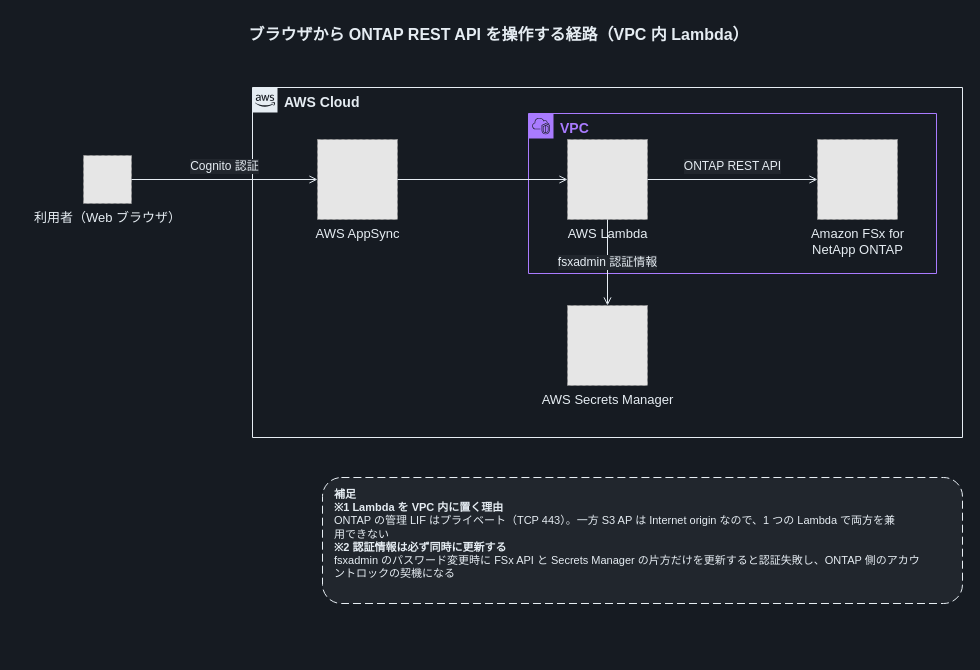
Above: docs/diagrams/dark/part2-ontap-rest-api-path.drawio in Yoshiki0705/FSx-for-ONTAP-S3AccessPoints-Serverless-Patterns (draw.io), before the change. Source tidied: cells renumbered, new cells numbered last; positions are measured from the earlier drawing's top-left corner, leaving out a move shared by most shapes. Both pictures are drawn from the tidied source at 100%, with x=0, y=0 at pixel (34, 17). Pictures stored in the file or linked from it are replaced by grey dashed boxes.
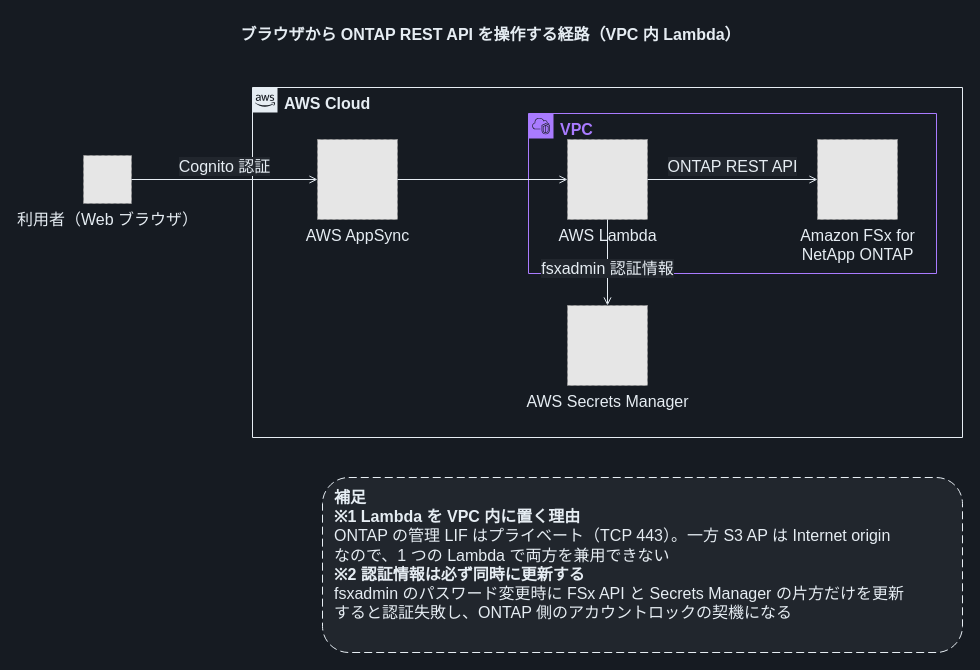
Above is the later version.

What changed in the source:
```diff
@@
 <mxGraphModel background="#161B22">
   <root>
     <mxCell id="0" />
     <mxCell id="1" parent="0" />
     <mxCell id="2" value="ブラウザから ONTAP REST API を操作する経路（VPC 内 Lambda）" style="text;html=1;align=center;verticalAlign=middle;fontSize=16;fontStyle=1;fontColor=#E6EDF3;" parent="1" vertex="1">
-      <mxGeometry width="928" height="34" as="geometry" />
+      <mxGeometry x="-17" width="945" height="34" as="geometry" />
     </mxCell>
-    <mxCell id="3" value="AWS Cloud" style="gradientColor=none;html=1;whiteSpace=wrap;fontSize=14;fontStyle=1;shape=mxgraph.aws4.group;grIcon=mxgraph.aws4.group_aws_cloud_alt;strokeColor=#E6EDF3;fillColor=none;verticalAlign=top;align=left;spacingLeft=30;fontColor=#E6EDF3;dashed=0;" parent="1" vertex="1">
+    <mxCell id="3" value="AWS Cloud" style="gradientColor=none;html=1;whiteSpace=wrap;fontSize=16;fontStyle=1;shape=mxgraph.aws4.group;grIcon=mxgraph.aws4.group_aws_cloud_alt;strokeColor=#E6EDF3;fillColor=none;verticalAlign=top;align=left;spacingLeft=30;fontColor=#E6EDF3;dashed=0;" parent="1" vertex="1">
       <mxGeometry x="218" y="70" width="710" height="350" as="geometry" />
     </mxCell>
-    <mxCell id="4" value="VPC" style="gradientColor=none;html=1;whiteSpace=wrap;fontSize=14;fontStyle=1;shape=mxgraph.aws4.group;grIcon=mxgraph.aws4.group_vpc2;strokeColor=#A97BFF;fillColor=none;verticalAlign=top;align=left;spacingLeft=30;fontColor=#A97BFF;dashed=0;" parent="1" vertex="1">
+    <mxCell id="4" value="VPC" style="gradientColor=none;html=1;whiteSpace=wrap;fontSize=16;fontStyle=1;shape=mxgraph.aws4.group;grIcon=mxgraph.aws4.group_vpc2;strokeColor=#A97BFF;fillColor=none;verticalAlign=top;align=left;spacingLeft=30;fontColor=#A97BFF;dashed=0;" parent="1" vertex="1">
       <mxGeometry x="494" y="96" width="408" height="160" as="geometry" />
     </mxCell>
-    <mxCell id="5" value="利用者（Web ブラウザ）" style="fillColor=#E6E6E6;strokeColor=#999999;dashed=1;html=1;verticalLabelPosition=bottom;verticalAlign=top;labelPosition=center;align=center;fontSize=13;fontColor=#E6EDF3;" parent="1" vertex="1">
+    <mxCell id="5" value="利用者（Web ブラウザ）" style="fillColor=#E6E6E6;strokeColor=#999999;dashed=1;html=1;verticalLabelPosition=bottom;verticalAlign=top;labelPosition=center;align=center;fontSize=16;fontColor=#E6EDF3;" parent="1" vertex="1">
       <mxGeometry x="49" y="138" width="48" height="48" as="geometry" />
     </mxCell>
-    <mxCell id="6" value="AWS AppSync" style="fillColor=#E6E6E6;strokeColor=#999999;dashed=1;html=1;verticalLabelPosition=bottom;verticalAlign=top;labelPosition=center;align=center;fontSize=13;fontColor=#E6EDF3;" parent="1" vertex="1">
+    <mxCell id="6" value="AWS AppSync" style="fillColor=#E6E6E6;strokeColor=#999999;dashed=1;html=1;verticalLabelPosition=bottom;verticalAlign=top;labelPosition=center;align=center;fontSize=16;fontColor=#E6EDF3;" parent="1" vertex="1">
       <mxGeometry x="283" y="122" width="80" height="80" as="geometry" />
     </mxCell>
-    <mxCell id="7" value="AWS Lambda" style="fillColor=#E6E6E6;strokeColor=#999999;dashed=1;html=1;verticalLabelPosition=bottom;verticalAlign=top;labelPosition=center;align=center;fontSize=13;fontColor=#E6EDF3;" parent="1" vertex="1">
+    <mxCell id="7" value="AWS Lambda" style="fillColor=#E6E6E6;strokeColor=#999999;dashed=1;html=1;verticalLabelPosition=bottom;verticalAlign=top;labelPosition=center;align=center;fontSize=16;fontColor=#E6EDF3;" parent="1" vertex="1">
       <mxGeometry x="533" y="122" width="80" height="80" as="geometry" />
     </mxCell>
-    <mxCell id="8" value="AWS Secrets Manager" style="fillColor=#E6E6E6;strokeColor=#999999;dashed=1;html=1;verticalLabelPosition=bottom;verticalAlign=top;labelPosition=center;align=center;fontSize=13;fontColor=#E6EDF3;" parent="1" vertex="1">
+    <mxCell id="8" value="AWS Secrets Manager" style="fillColor=#E6E6E6;strokeColor=#999999;dashed=1;html=1;verticalLabelPosition=bottom;verticalAlign=top;labelPosition=center;align=center;fontSize=16;fontColor=#E6EDF3;" parent="1" vertex="1">
       <mxGeometry x="533" y="288" width="80" height="80" as="geometry" />
     </mxCell>
-    <mxCell id="9" value="Amazon FSx for&lt;br&gt;NetApp ONTAP" style="fillColor=#E6E6E6;strokeColor=#999999;dashed=1;html=1;verticalLabelPosition=bottom;verticalAlign=top;labelPosition=center;align=center;fontSize=13;fontColor=#E6EDF3;" parent="1" vertex="1">
+    <mxCell id="9" value="Amazon FSx for&lt;br&gt;NetApp ONTAP" style="fillColor=#E6E6E6;strokeColor=#999999;dashed=1;html=1;verticalLabelPosition=bottom;verticalAlign=top;labelPosition=center;align=center;fontSize=16;fontColor=#E6EDF3;" parent="1" vertex="1">
       <mxGeometry x="783" y="122" width="80" height="80" as="geometry" />
     </mxCell>
-    <mxCell id="10" value="Cognito 認証" style="edgeStyle=orthogonalEdgeStyle;rounded=0;jettySize=auto;html=1;endArrow=open;endFill=0;strokeColor=#E6EDF3;strokeWidth=1;fontSize=12;fontColor=#E6EDF3;labelBackgroundColor=#21262D;" parent="1" edge="1" source="5" target="6">
+    <mxCell id="10" value="Cognito 認証" style="edgeStyle=orthogonalEdgeStyle;rounded=0;jettySize=auto;html=1;endArrow=open;endFill=0;strokeColor=#E6EDF3;strokeWidth=1;fontSize=16;fontColor=#E6EDF3;labelBackgroundColor=#21262D;" parent="1" edge="1" source="5" target="6">
       <mxGeometry relative="1" as="geometry">
         <mxPoint y="-13" as="offset" />
       </mxGeometry>
     </mxCell>
-    <mxCell id="11" style="edgeStyle=orthogonalEdgeStyle;rounded=0;jettySize=auto;html=1;endArrow=open;endFill=0;strokeColor=#E6EDF3;strokeWidth=1;fontSize=12;fontColor=#E6EDF3;labelBackgroundColor=#21262D;" parent="1" edge="1" source="6" target="7">
+    <mxCell id="11" style="edgeStyle=orthogonalEdgeStyle;rounded=0;jettySize=auto;html=1;endArrow=open;endFill=0;strokeColor=#E6EDF3;strokeWidth=1;fontSize=16;fontColor=#E6EDF3;labelBackgroundColor=#21262D;" parent="1" edge="1" source="6" target="7">
       <mxGeometry relative="1" as="geometry" />
     </mxCell>
-    <mxCell id="12" value="fsxadmin 認証情報" style="edgeStyle=orthogonalEdgeStyle;rounded=0;jettySize=auto;html=1;endArrow=open;endFill=0;strokeColor=#E6EDF3;strokeWidth=1;fontSize=12;fontColor=#E6EDF3;labelBackgroundColor=#21262D;" parent="1" edge="1" source="7" target="8">
-      <mxGeometry relative="1" as="geometry" />
+    <mxCell id="12" value="fsxadmin 認証情報" style="edgeStyle=orthogonalEdgeStyle;rounded=0;jettySize=auto;html=1;endArrow=open;endFill=0;strokeColor=#E6EDF3;strokeWidth=1;fontSize=16;fontColor=#E6EDF3;labelBackgroundColor=#21262D;" parent="1" edge="1" source="7" target="8">
+      <mxGeometry relative="1" as="geometry">
+        <mxPoint y="6" as="offset" />
+      </mxGeometry>
     </mxCell>
-    <mxCell id="13" value="ONTAP REST API" style="edgeStyle=orthogonalEdgeStyle;rounded=0;jettySize=auto;html=1;endArrow=open;endFill=0;strokeColor=#E6EDF3;strokeWidth=1;fontSize=12;fontColor=#E6EDF3;labelBackgroundColor=#21262D;" parent="1" edge="1" source="7" target="9">
+    <mxCell id="13" value="ONTAP REST API" style="edgeStyle=orthogonalEdgeStyle;rounded=0;jettySize=auto;html=1;endArrow=open;endFill=0;strokeColor=#E6EDF3;strokeWidth=1;fontSize=16;fontColor=#E6EDF3;labelBackgroundColor=#21262D;" parent="1" edge="1" source="7" target="9">
       <mxGeometry relative="1" as="geometry">
         <mxPoint y="-13" as="offset" />
       </mxGeometry>
     </mxCell>
-    <mxCell id="14" value="&lt;b&gt;補足&lt;/b&gt;&lt;br&gt;&lt;b&gt;※1 Lambda を VPC 内に置く理由&lt;/b&gt;&lt;br&gt;ONTAP の管理 LIF はプライベート（TCP 443）。一方 S3 AP は Internet origin なので、1 つの Lambda で両方を兼&lt;br&gt;用できない&lt;br&gt;&lt;b&gt;※2 認証情報は必ず同時に更新する&lt;/b&gt;&lt;br&gt;fsxadmin のパスワード変更時に FSx API と Secrets Manager の片方だけを更新すると認証失敗し、ONTAP 側のアカウ&lt;br&gt;ントロックの契機になる" style="rounded=1;whiteSpace=wrap;html=1;dashed=1;dashPattern=8 4;strokeColor=#E6EDF3;fillColor=#21262D;align=left;verticalAlign=top;spacingLeft=10;spacingTop=4;fontSize=11;fontColor=#E6EDF3;" parent="1" vertex="1">
-      <mxGeometry x="288" y="460" width="640" height="126" as="geometry" />
+    <mxCell id="14" value="&lt;b&gt;補足&lt;/b&gt;&lt;br&gt;&lt;b&gt;※1 Lambda を VPC 内に置く理由&lt;/b&gt;&lt;br&gt;ONTAP の管理 LIF はプライベート（TCP 443）。一方 S3 AP は Internet origin&lt;br&gt;なので、1 つの Lambda で両方を兼用できない&lt;br&gt;&lt;b&gt;※2 認証情報は必ず同時に更新する&lt;/b&gt;&lt;br&gt;fsxadmin のパスワード変更時に FSx API と Secrets Manager の片方だけを更新&lt;br&gt;すると認証失敗し、ONTAP 側のアカウントロックの契機になる" style="rounded=1;whiteSpace=wrap;html=1;dashed=1;dashPattern=8 4;strokeColor=#E6EDF3;fillColor=#21262D;align=left;verticalAlign=top;spacingLeft=10;spacingTop=4;fontSize=16;fontColor=#E6EDF3;" parent="1" vertex="1">
+      <mxGeometry x="288" y="460" width="640" height="175" as="geometry" />
     </mxCell>
   </root>
 </mxGraphModel>
```
